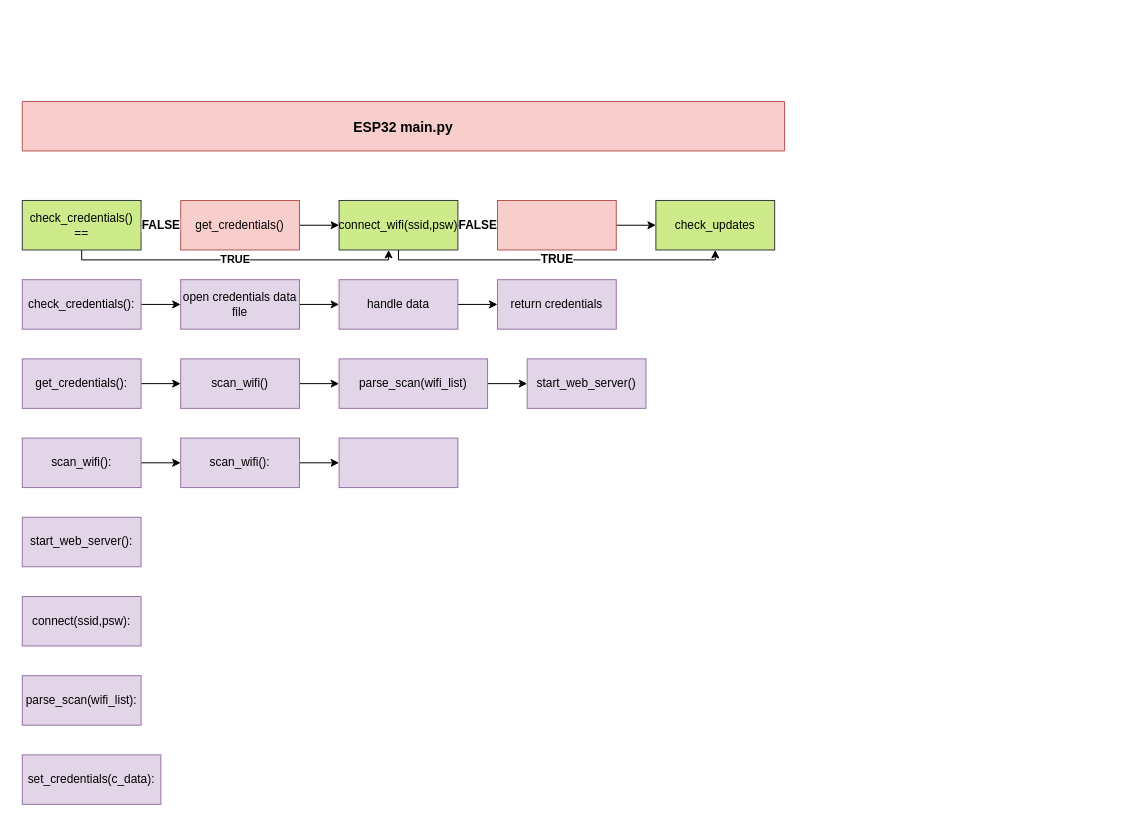
This is design_files/esp_structure.drawio from marsex/workbench, a draw.io file, before an edit. Source tidied: cells renumbered, new cells numbered last; positions are measured from the earlier drawing's top-left corner, leaving out a move shared by most shapes. Both pictures are drawn from the tidied source at 99%, with x=0, y=0 at pixel (22, 101).
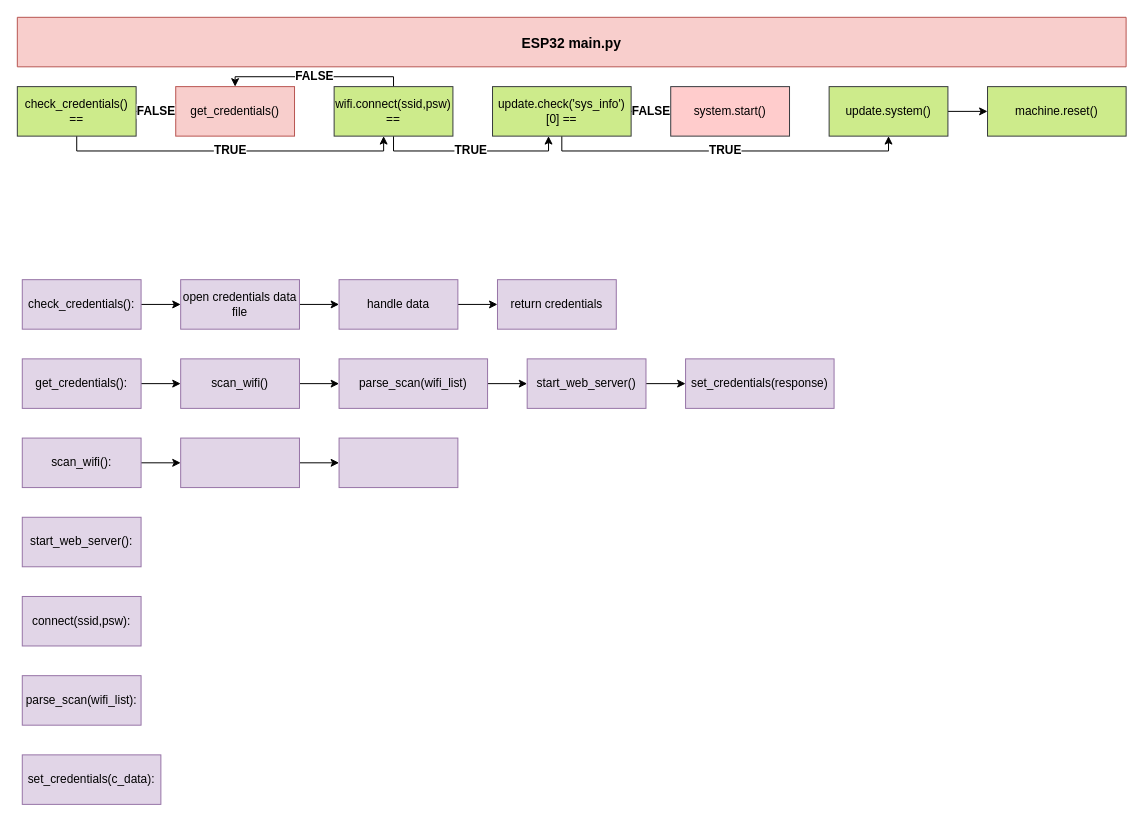
Above is the later version.

Unchanged cells that the change refers to:
```xml
<mxCell id="33" value="start_web_server()" style="rounded=0;whiteSpace=wrap;html=1;fillColor=#e1d5e7;strokeColor=#9673a6;" parent="1" vertex="1">
  <mxGeometry x="510" y="260" width="120" height="50" as="geometry" />
</mxCell>
```

The edit, as a diff of the source:
```diff
@@
     <mxCell id="2" value="ESP32 main.py" style="swimlane;strokeColor=#b85450;fillColor=#f8cecc;fontSize=14;startSize=50;flipH=1;" parent="1" vertex="1">
-      <mxGeometry width="770" height="50" as="geometry" />
+      <mxGeometry x="-5" y="-85" width="1120" height="50" as="geometry" />
     </mxCell>
-    <mxCell id="3" style="edgeStyle=orthogonalEdgeStyle;rounded=0;jettySize=auto;html=1;fontColor=#33FF33;" parent="1" edge="1" source="4" target="7">
-      <mxGeometry relative="1" as="geometry" />
-    </mxCell>
     <mxCell id="4" value="get_credentials()" style="rounded=0;whiteSpace=wrap;html=1;fillColor=#f8cecc;strokeColor=#b85450;" parent="1" vertex="1">
-      <mxGeometry x="160" y="100" width="120" height="50" as="geometry" />
+      <mxGeometry x="155" y="-15" width="120" height="50" as="geometry" />
     </mxCell>
-    <mxCell id="5" value="FALSE" style="edgeStyle=orthogonalEdgeStyle;rounded=0;jettySize=auto;html=1;fontColor=#000000;fontSize=12;fontStyle=1;" parent="1" edge="1" source="7" target="9">
-      <mxGeometry relative="1" as="geometry" />
-    </mxCell>
-    <mxCell id="6" value="&lt;b&gt;TRUE&lt;/b&gt;" style="edgeStyle=orthogonalEdgeStyle;rounded=0;orthogonalLoop=1;jettySize=auto;html=1;exitX=0.5;exitY=1;exitDx=0;exitDy=0;entryX=0.5;entryY=1;entryDx=0;entryDy=0;fontSize=12;fontColor=#000000;" parent="1" edge="1">
-      <mxGeometry relative="1" as="geometry">
-        <mxPoint x="380" y="150" as="sourcePoint" />
-        <mxPoint x="700" y="150" as="targetPoint" />
-        <Array as="points">
-          <mxPoint x="380" y="160" />
-          <mxPoint x="700" y="160" />
-        </Array>
-      </mxGeometry>
-    </mxCell>
+    <mxCell id="37" value="&lt;b&gt;FALSE&lt;/b&gt;" style="edgeStyle=orthogonalEdgeStyle;rounded=0;jettySize=auto;html=1;exitX=0.5;exitY=0;exitDx=0;exitDy=0;entryX=0.5;entryY=0;entryDx=0;entryDy=0;fontSize=12;fontColor=#000000;" parent="1" edge="1" source="7" target="4">
+      <mxGeometry relative="1" as="geometry">
+        <Array as="points">
+          <mxPoint x="375" y="-25" />
+          <mxPoint x="215" y="-25" />
+        </Array>
+      </mxGeometry>
+    </mxCell>
+    <mxCell id="38" value="&lt;b&gt;TRUE&lt;/b&gt;" style="edgeStyle=orthogonalEdgeStyle;rounded=0;jettySize=auto;html=1;exitX=0.5;exitY=1;exitDx=0;exitDy=0;entryX=0.404;entryY=1;entryDx=0;entryDy=0;fontSize=12;fontColor=#000000;entryPerimeter=0;" parent="1" edge="1" source="7" target="10">
+      <mxGeometry relative="1" as="geometry">
+        <Array as="points">
+          <mxPoint x="375" y="50" />
+          <mxPoint x="532" y="50" />
+        </Array>
+      </mxGeometry>
+    </mxCell>
-    <mxCell id="7" value="connect_wifi(ssid,psw)" style="rounded=0;whiteSpace=wrap;html=1;fillColor=#cdeb8b;strokeColor=#36393d;" parent="1" vertex="1">
-      <mxGeometry x="320" y="100" width="120" height="50" as="geometry" />
+    <mxCell id="7" value="wifi.connect(ssid,psw)&lt;br&gt;==" style="rounded=0;whiteSpace=wrap;html=1;fillColor=#cdeb8b;strokeColor=#36393d;" parent="1" vertex="1">
+      <mxGeometry x="315" y="-15" width="120" height="50" as="geometry" />
     </mxCell>
-    <mxCell id="8" style="edgeStyle=orthogonalEdgeStyle;rounded=0;jettySize=auto;html=1;exitX=1;exitY=0.5;exitDx=0;exitDy=0;fontSize=12;fontColor=#000000;" parent="1" edge="1" source="9" target="10">
-      <mxGeometry relative="1" as="geometry" />
-    </mxCell>
-    <mxCell id="9" style="rounded=0;whiteSpace=wrap;html=1;fillColor=#f8cecc;strokeColor=#b85450;" parent="1" vertex="1">
-      <mxGeometry x="480" y="100" width="120" height="50" as="geometry" />
-    </mxCell>
+    <mxCell id="39" value="TRUE" style="edgeStyle=orthogonalEdgeStyle;rounded=0;jettySize=auto;html=1;exitX=0.5;exitY=1;exitDx=0;exitDy=0;entryX=0.5;entryY=1;entryDx=0;entryDy=0;fontSize=12;fontColor=#000000;fontStyle=1;" parent="1" edge="1" source="10" target="44">
+      <mxGeometry relative="1" as="geometry">
+        <Array as="points">
+          <mxPoint x="545" y="50" />
+          <mxPoint x="875" y="50" />
+        </Array>
+      </mxGeometry>
+    </mxCell>
+    <mxCell id="40" style="edgeStyle=orthogonalEdgeStyle;rounded=0;jettySize=auto;html=1;exitX=1;exitY=0.5;exitDx=0;exitDy=0;fontSize=12;fontColor=#000000;" parent="1" edge="1" source="10" target="42">
+      <mxGeometry relative="1" as="geometry" />
+    </mxCell>
+    <mxCell id="41" value="&lt;b&gt;FALSE&lt;/b&gt;" style="edgeStyle=orthogonalEdgeStyle;rounded=0;jettySize=auto;html=1;fontSize=12;fontColor=#000000;" parent="1" edge="1" source="10" target="42">
+      <mxGeometry relative="1" as="geometry" />
+    </mxCell>
-    <mxCell id="10" value="check_updates" style="rounded=0;whiteSpace=wrap;html=1;fillColor=#cdeb8b;strokeColor=#36393d;" parent="1" vertex="1">
-      <mxGeometry x="640" y="100" width="120" height="50" as="geometry" />
+    <mxCell id="10" value="update.check('sys_info')[0] ==" style="rounded=0;whiteSpace=wrap;html=1;fillColor=#cdeb8b;strokeColor=#36393d;" parent="1" vertex="1">
+      <mxGeometry x="475" y="-15" width="140" height="50" as="geometry" />
     </mxCell>
+    <mxCell id="42" value="system.start()" style="rounded=0;whiteSpace=wrap;html=1;fillColor=#ffcccc;strokeColor=#36393d;" parent="1" vertex="1">
+      <mxGeometry x="655" y="-15" width="120" height="50" as="geometry" />
+    </mxCell>
+    <mxCell id="43" style="edgeStyle=orthogonalEdgeStyle;rounded=0;jettySize=auto;html=1;fontSize=12;fontColor=#000000;" parent="1" edge="1" source="44" target="45">
+      <mxGeometry relative="1" as="geometry" />
+    </mxCell>
+    <mxCell id="44" value="update.system()" style="rounded=0;whiteSpace=wrap;html=1;fillColor=#cdeb8b;strokeColor=#36393d;" parent="1" vertex="1">
+      <mxGeometry x="815" y="-15" width="120" height="50" as="geometry" />
+    </mxCell>
+    <mxCell id="45" value="machine.reset()" style="rounded=0;whiteSpace=wrap;html=1;fillColor=#cdeb8b;strokeColor=#36393d;" parent="1" vertex="1">
+      <mxGeometry x="975" y="-15" width="140" height="50" as="geometry" />
+    </mxCell>
-    <mxCell id="11" value="TRUE" style="edgeStyle=orthogonalEdgeStyle;rounded=0;jettySize=auto;html=1;exitX=0.5;exitY=1;exitDx=0;exitDy=0;fontColor=#000000;fontStyle=1;" parent="1" edge="1" source="12" target="7">
+    <mxCell id="11" value="TRUE" style="edgeStyle=orthogonalEdgeStyle;rounded=0;jettySize=auto;html=1;exitX=0.5;exitY=1;exitDx=0;exitDy=0;fontColor=#000000;fontStyle=1;fontSize=12;" parent="1" edge="1" source="12" target="7">
       <mxGeometry relative="1" as="geometry">
         <Array as="points">
-          <mxPoint x="60" y="160" />
-          <mxPoint x="370" y="160" />
+          <mxPoint x="55" y="50" />
+          <mxPoint x="365" y="50" />
         </Array>
       </mxGeometry>
     </mxCell>
     <mxCell id="12" value="check_credentials() ==" style="rounded=0;whiteSpace=wrap;html=1;fillColor=#cdeb8b;strokeColor=#36393d;" parent="1" vertex="1">
-      <mxGeometry y="100" width="120" height="50" as="geometry" />
+      <mxGeometry x="-5" y="-15" width="120" height="50" as="geometry" />
     </mxCell>
@@
-    <mxCell id="25" value="scan_wifi():" style="rounded=0;whiteSpace=wrap;html=1;fillColor=#e1d5e7;strokeColor=#9673a6;" parent="1" vertex="1">
+    <mxCell id="25" style="rounded=0;whiteSpace=wrap;html=1;fillColor=#e1d5e7;strokeColor=#9673a6;" parent="1" vertex="1">
       <mxGeometry x="160" y="340" width="120" height="50" as="geometry" />
     </mxCell>
@@
+    <mxCell id="46" style="edgeStyle=orthogonalEdgeStyle;rounded=0;jettySize=auto;html=1;fontSize=12;fontColor=#000000;" parent="1" edge="1" source="33" target="47">
+      <mxGeometry relative="1" as="geometry" />
+    </mxCell>
@@
+    <mxCell id="47" value="set_credentials(response)" style="rounded=0;whiteSpace=wrap;html=1;fillColor=#e1d5e7;strokeColor=#9673a6;" parent="1" vertex="1">
+      <mxGeometry x="670" y="260" width="150" height="50" as="geometry" />
+    </mxCell>
```
